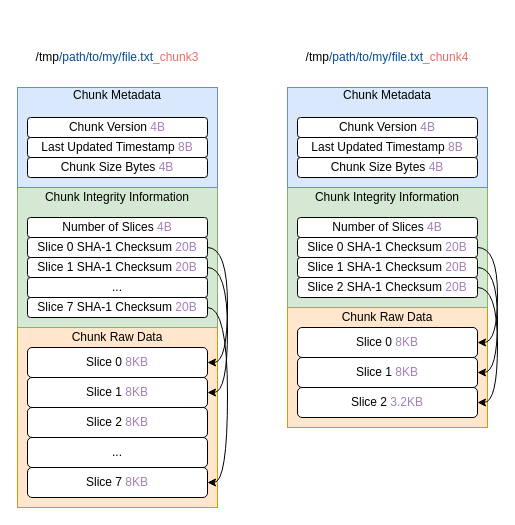
This is chunk_representation.drawio from inf0rmatiker/distribufile, a draw.io file, before an edit. Source tidied: cells renumbered, new cells numbered last; positions are measured from the earlier drawing's top-left corner, leaving out a move shared by most shapes. Both pictures are drawn from the tidied source at 100%, with x=0, y=0 at pixel (17, 47).
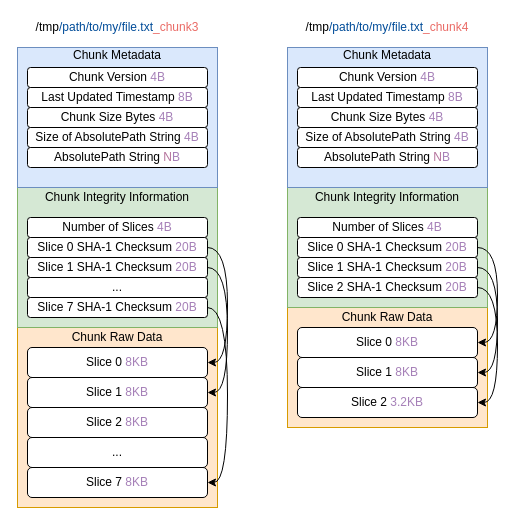
The same diagram, later.

Diff of the diagram source:
```diff
@@
     <mxCell id="4" style="rounded=0;whiteSpace=wrap;html=1;fillColor=#dae8fc;strokeColor=#6c8ebf;" parent="1" vertex="1">
-      <mxGeometry y="40" width="200" height="100" as="geometry" />
+      <mxGeometry width="200" height="140" as="geometry" />
     </mxCell>
@@
     <mxCell id="7" value="Chunk Metadata" style="text;html=1;strokeColor=none;fillColor=none;align=center;verticalAlign=middle;whiteSpace=wrap;rounded=0;" parent="1" vertex="1">
-      <mxGeometry y="40" width="200" height="15" as="geometry" />
+      <mxGeometry width="200" height="15" as="geometry" />
     </mxCell>
@@
     <mxCell id="20" value="Chunk Version&amp;nbsp;&lt;span style=&quot;color: rgb(166 , 128 , 184)&quot;&gt;4B&lt;/span&gt;" style="rounded=1;whiteSpace=wrap;html=1;" parent="1" vertex="1">
-      <mxGeometry x="10" y="70" width="180" height="20" as="geometry" />
+      <mxGeometry x="10" y="20" width="180" height="20" as="geometry" />
     </mxCell>
     <mxCell id="21" value="Last Updated Timestamp&amp;nbsp;&lt;span style=&quot;color: rgb(166 , 128 , 184)&quot;&gt;8B&lt;/span&gt;" style="rounded=1;whiteSpace=wrap;html=1;" parent="1" vertex="1">
-      <mxGeometry x="10" y="90" width="180" height="20" as="geometry" />
+      <mxGeometry x="10" y="40" width="180" height="20" as="geometry" />
     </mxCell>
     <mxCell id="22" value="/tmp&lt;font color=&quot;#004c99&quot;&gt;/path/to/my/file.txt&lt;/font&gt;&lt;font color=&quot;#ea6b66&quot;&gt;_chunk3&lt;/font&gt;" style="text;html=1;strokeColor=none;fillColor=none;align=center;verticalAlign=middle;whiteSpace=wrap;rounded=0;" parent="1" vertex="1">
-      <mxGeometry width="200" height="20" as="geometry" />
+      <mxGeometry y="-30" width="200" height="20" as="geometry" />
     </mxCell>
@@
     <mxCell id="26" style="rounded=0;whiteSpace=wrap;html=1;fillColor=#dae8fc;strokeColor=#6c8ebf;" parent="1" vertex="1">
-      <mxGeometry x="270" y="40" width="200" height="100" as="geometry" />
+      <mxGeometry x="270" width="200" height="140" as="geometry" />
     </mxCell>
@@
     <mxCell id="29" value="Chunk Metadata" style="text;html=1;strokeColor=none;fillColor=none;align=center;verticalAlign=middle;whiteSpace=wrap;rounded=0;" parent="1" vertex="1">
-      <mxGeometry x="270" y="40" width="200" height="15" as="geometry" />
+      <mxGeometry x="270" width="200" height="15" as="geometry" />
     </mxCell>
@@
     <mxCell id="37" value="Chunk Version&amp;nbsp;&lt;span style=&quot;color: rgb(166 , 128 , 184)&quot;&gt;4B&lt;/span&gt;" style="rounded=1;whiteSpace=wrap;html=1;" parent="1" vertex="1">
-      <mxGeometry x="280" y="70" width="180" height="20" as="geometry" />
+      <mxGeometry x="280" y="20" width="180" height="20" as="geometry" />
     </mxCell>
     <mxCell id="38" value="Last Updated Timestamp&amp;nbsp;&lt;span style=&quot;color: rgb(166 , 128 , 184)&quot;&gt;8B&lt;/span&gt;" style="rounded=1;whiteSpace=wrap;html=1;" parent="1" vertex="1">
-      <mxGeometry x="280" y="90" width="180" height="20" as="geometry" />
+      <mxGeometry x="280" y="40" width="180" height="20" as="geometry" />
     </mxCell>
     <mxCell id="39" value="/tmp&lt;font color=&quot;#004c99&quot;&gt;/path/to/my/file.txt&lt;/font&gt;&lt;font color=&quot;#ea6b66&quot;&gt;_chunk4&lt;br&gt;&lt;/font&gt;" style="text;html=1;strokeColor=none;fillColor=none;align=center;verticalAlign=middle;whiteSpace=wrap;rounded=0;" parent="1" vertex="1">
-      <mxGeometry x="270" width="200" height="20" as="geometry" />
+      <mxGeometry x="270" y="-30" width="200" height="20" as="geometry" />
     </mxCell>
@@
     <mxCell id="43" value="Chunk Size Bytes &lt;font color=&quot;#a680b8&quot;&gt;4B&lt;/font&gt;" style="rounded=1;whiteSpace=wrap;html=1;" parent="1" vertex="1">
-      <mxGeometry x="10" y="110" width="180" height="20" as="geometry" />
+      <mxGeometry x="10" y="60" width="180" height="20" as="geometry" />
     </mxCell>
     <mxCell id="44" value="Chunk Size Bytes &lt;font color=&quot;#a680b8&quot;&gt;4B&lt;/font&gt;" style="rounded=1;whiteSpace=wrap;html=1;" parent="1" vertex="1">
-      <mxGeometry x="280" y="110" width="180" height="20" as="geometry" />
+      <mxGeometry x="280" y="60" width="180" height="20" as="geometry" />
     </mxCell>
+    <mxCell id="45" value="Size of AbsolutePath String&amp;nbsp;&lt;font color=&quot;#a680b8&quot;&gt;4B&lt;/font&gt;" style="rounded=1;whiteSpace=wrap;html=1;" parent="1" vertex="1">
+      <mxGeometry x="10" y="80" width="180" height="20" as="geometry" />
+    </mxCell>
+    <mxCell id="46" value="AbsolutePath String &lt;font color=&quot;#b5739d&quot;&gt;N&lt;/font&gt;&lt;font color=&quot;#a680b8&quot;&gt;B&lt;/font&gt;" style="rounded=1;whiteSpace=wrap;html=1;" parent="1" vertex="1">
+      <mxGeometry x="10" y="100" width="180" height="20" as="geometry" />
+    </mxCell>
+    <mxCell id="47" value="Size of AbsolutePath String&amp;nbsp;&lt;font color=&quot;#a680b8&quot;&gt;4B&lt;/font&gt;" style="rounded=1;whiteSpace=wrap;html=1;" parent="1" vertex="1">
+      <mxGeometry x="280" y="80" width="180" height="20" as="geometry" />
+    </mxCell>
+    <mxCell id="48" value="AbsolutePath String &lt;font color=&quot;#b5739d&quot;&gt;N&lt;/font&gt;&lt;font color=&quot;#a680b8&quot;&gt;B&lt;/font&gt;" style="rounded=1;whiteSpace=wrap;html=1;" parent="1" vertex="1">
+      <mxGeometry x="280" y="100" width="180" height="20" as="geometry" />
+    </mxCell>
```
